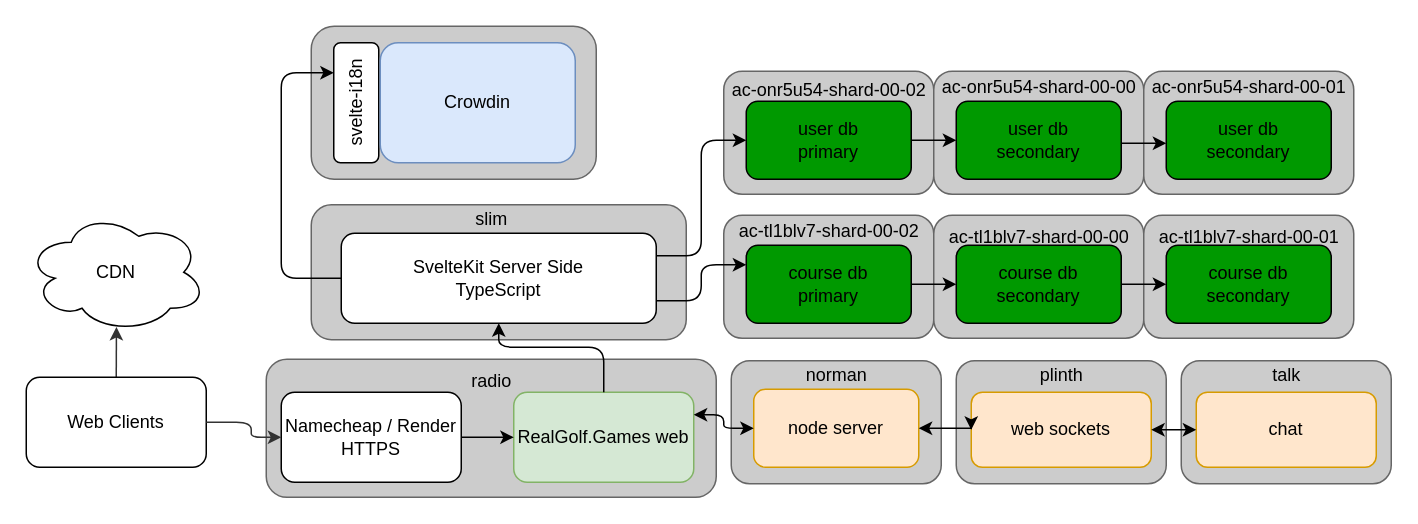
Above: img/architecture.drawio in realgolf/web (draw.io), before the change. Source tidied: cells renumbered, new cells numbered last; positions are measured from the earlier drawing's top-left corner, leaving out a move shared by most shapes. Both pictures are drawn from the tidied source at 150%, with x=0, y=0 at pixel (26, 26).
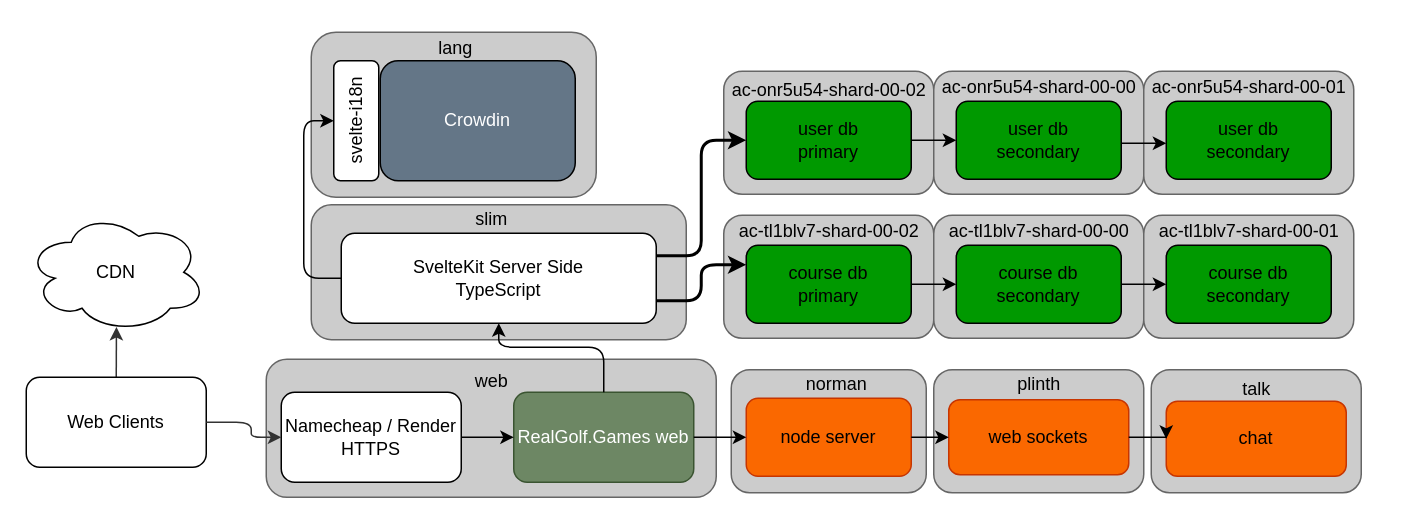
After the change.

The change refers to these unchanged cells:
```xml
<mxCell id="9" value="user db&lt;br&gt;primary" style="rounded=1;whiteSpace=wrap;html=1;fillColor=#009900;strokeColor=#000000;" parent="1" vertex="1">
  <mxGeometry x="480" y="50" width="110" height="52" as="geometry" />
</mxCell>
<mxCell id="11" value="course db&lt;br&gt;primary" style="rounded=1;whiteSpace=wrap;html=1;fillColor=#009900;strokeColor=#000000;" parent="1" vertex="1">
  <mxGeometry x="480" y="146" width="110" height="52" as="geometry" />
</mxCell>
<mxCell id="20" value="SvelteKit Server Side&lt;br&gt;TypeScript" style="rounded=1;whiteSpace=wrap;html=1;fontColor=#000000;fillColor=#FFFFFF;strokeColor=#000000;" parent="1" vertex="1">
  <mxGeometry x="210" y="138" width="210" height="60" as="geometry" />
</mxCell>
```

Diff of the diagram source:
```diff
@@
-    <mxCell id="6" value="RealGolf.Games web" style="rounded=1;whiteSpace=wrap;html=1;fillColor=#d5e8d4;strokeColor=#82b366;" parent="1" vertex="1">
+    <mxCell id="6" value="RealGolf.Games web" style="rounded=1;whiteSpace=wrap;html=1;fillColor=#6d8764;strokeColor=#3A5431;fontColor=#ffffff;" parent="1" vertex="1">
       <mxGeometry x="325" y="244" width="120" height="60" as="geometry" />
     </mxCell>
@@
-    <mxCell id="14" value="radio" style="text;html=1;align=center;verticalAlign=middle;strokeColor=none;fillColor=none;fontColor=#000000;" parent="1" vertex="1">
+    <mxCell id="14" value="web" style="text;html=1;align=center;verticalAlign=middle;strokeColor=none;fillColor=none;fontColor=#000000;" parent="1" vertex="1">
       <mxGeometry x="285" y="222" width="50" height="30" as="geometry" />
     </mxCell>
@@
-    <mxCell id="18" style="edgeStyle=orthogonalEdgeStyle;rounded=1;jettySize=auto;html=1;exitX=1;exitY=0.75;exitDx=0;exitDy=0;entryX=0;entryY=0.25;entryDx=0;entryDy=0;curved=0;" parent="1" edge="1" source="20" target="11">
+    <mxCell id="18" style="edgeStyle=orthogonalEdgeStyle;rounded=1;jettySize=auto;html=1;exitX=1;exitY=0.75;exitDx=0;exitDy=0;entryX=0;entryY=0.25;entryDx=0;entryDy=0;curved=0;strokeWidth=2;" parent="1" edge="1" source="20" target="11">
       <mxGeometry relative="1" as="geometry" />
     </mxCell>
-    <mxCell id="19" style="edgeStyle=orthogonalEdgeStyle;rounded=1;jettySize=auto;html=1;exitX=1;exitY=0.25;exitDx=0;exitDy=0;entryX=0;entryY=0.5;entryDx=0;entryDy=0;curved=0;" parent="1" edge="1" source="20" target="9">
+    <mxCell id="19" style="edgeStyle=orthogonalEdgeStyle;rounded=1;jettySize=auto;html=1;exitX=1;exitY=0.25;exitDx=0;exitDy=0;entryX=0;entryY=0.5;entryDx=0;entryDy=0;curved=0;strokeWidth=2;" parent="1" edge="1" source="20" target="9">
       <mxGeometry relative="1" as="geometry" />
     </mxCell>
@@
     <mxCell id="36" value="&lt;span style=&quot;text-align: start;&quot;&gt;&lt;font face=&quot;Helvetica&quot;&gt;ac-tl1blv7-shard-00-00&lt;/font&gt;&lt;/span&gt;" style="text;html=1;align=center;verticalAlign=middle;strokeColor=none;fillColor=none;fontColor=#000000;" parent="1" vertex="1">
-      <mxGeometry x="605" y="126" width="140" height="30" as="geometry" />
+      <mxGeometry x="605" y="122" width="140" height="30" as="geometry" />
     </mxCell>
     <mxCell id="37" value="&lt;span style=&quot;text-align: start;&quot;&gt;&lt;font face=&quot;Helvetica&quot;&gt;ac-tl1blv7-shard-00-01&lt;/font&gt;&lt;/span&gt;" style="text;html=1;align=center;verticalAlign=middle;strokeColor=none;fillColor=none;fontColor=#000000;" parent="1" vertex="1">
-      <mxGeometry x="745" y="126" width="140" height="30" as="geometry" />
+      <mxGeometry x="745" y="122" width="140" height="30" as="geometry" />
     </mxCell>
     <mxCell id="38" style="rounded=1;whiteSpace=wrap;html=1;fillColor=#CCCCCC;fontColor=#333333;strokeColor=#666666;" parent="1" vertex="1">
-      <mxGeometry x="190" width="190" height="102" as="geometry" />
+      <mxGeometry x="190" y="4" width="190" height="110" as="geometry" />
     </mxCell>
-    <mxCell id="39" value="svelte-i18n" style="rounded=1;whiteSpace=wrap;html=1;fontColor=#000000;fillColor=#FFFFFF;strokeColor=#000000;rotation=-90;" parent="1" vertex="1">
-      <mxGeometry x="180" y="36" width="80" height="30" as="geometry" />
-    </mxCell>
-    <mxCell id="40" value="Crowdin" style="rounded=1;whiteSpace=wrap;html=1;fillColor=#dae8fc;strokeColor=#6c8ebf;" parent="1" vertex="1">
-      <mxGeometry x="236" y="11" width="130" height="80" as="geometry" />
-    </mxCell>
     <mxCell id="41" style="rounded=1;whiteSpace=wrap;html=1;fillColor=#CCCCCC;fontColor=#333333;strokeColor=#666666;" parent="1" vertex="1">
-      <mxGeometry x="470" y="223" width="140" height="82" as="geometry" />
+      <mxGeometry x="470" y="229" width="130" height="82" as="geometry" />
     </mxCell>
-    <mxCell id="42" value="node server" style="rounded=1;whiteSpace=wrap;html=1;fillColor=#ffe6cc;strokeColor=#d79b00;" parent="1" vertex="1">
-      <mxGeometry x="485" y="242" width="110" height="52" as="geometry" />
+    <mxCell id="42" value="node server" style="rounded=1;whiteSpace=wrap;html=1;fillColor=#fa6800;strokeColor=#C73500;fontColor=#000000;" parent="1" vertex="1">
+      <mxGeometry x="480" y="248" width="110" height="52" as="geometry" />
     </mxCell>
     <mxCell id="43" value="&lt;span style=&quot;text-align: start;&quot;&gt;&lt;font face=&quot;Helvetica&quot;&gt;norman&lt;/font&gt;&lt;/span&gt;" style="text;html=1;align=center;verticalAlign=middle;strokeColor=none;fillColor=none;fontColor=#000000;" parent="1" vertex="1">
-      <mxGeometry x="510" y="218" width="60" height="30" as="geometry" />
+      <mxGeometry x="510" y="224" width="60" height="30" as="geometry" />
     </mxCell>
     <mxCell id="44" style="rounded=1;whiteSpace=wrap;html=1;fillColor=#CCCCCC;fontColor=#333333;strokeColor=#666666;" parent="1" vertex="1">
-      <mxGeometry x="620" y="223" width="140" height="82" as="geometry" />
+      <mxGeometry x="605" y="229" width="140" height="82" as="geometry" />
     </mxCell>
-    <mxCell id="45" value="web sockets" style="rounded=1;whiteSpace=wrap;html=1;fillColor=#ffe6cc;strokeColor=#d79b00;" parent="1" vertex="1">
-      <mxGeometry x="630" y="244" width="120" height="50" as="geometry" />
+    <mxCell id="45" value="web sockets" style="rounded=1;whiteSpace=wrap;html=1;fillColor=#fa6800;strokeColor=#C73500;fontColor=#000000;" parent="1" vertex="1">
+      <mxGeometry x="615" y="249" width="120" height="50" as="geometry" />
     </mxCell>
     <mxCell id="46" value="&lt;div style=&quot;text-align: start;&quot;&gt;&lt;span style=&quot;background-color: initial;&quot;&gt;plinth&lt;/span&gt;&lt;/div&gt;" style="text;html=1;align=center;verticalAlign=middle;strokeColor=none;fillColor=none;fontColor=#000000;" parent="1" vertex="1">
-      <mxGeometry x="665" y="218" width="50" height="30" as="geometry" />
+      <mxGeometry x="650" y="224" width="50" height="30" as="geometry" />
     </mxCell>
     <mxCell id="47" style="rounded=1;whiteSpace=wrap;html=1;fillColor=#CCCCCC;fontColor=#333333;strokeColor=#666666;" parent="1" vertex="1">
-      <mxGeometry x="770" y="223" width="140" height="82" as="geometry" />
+      <mxGeometry x="750" y="229" width="140" height="82" as="geometry" />
     </mxCell>
-    <mxCell id="48" value="chat" style="rounded=1;whiteSpace=wrap;html=1;fillColor=#ffe6cc;strokeColor=#d79b00;" parent="1" vertex="1">
-      <mxGeometry x="780" y="244" width="120" height="50" as="geometry" />
+    <mxCell id="48" value="chat" style="rounded=1;whiteSpace=wrap;html=1;fillColor=#fa6800;strokeColor=#C73500;fontColor=#000000;" parent="1" vertex="1">
+      <mxGeometry x="760" y="250" width="120" height="50" as="geometry" />
     </mxCell>
     <mxCell id="49" value="&lt;div style=&quot;text-align: start;&quot;&gt;&lt;span style=&quot;background-color: initial;&quot;&gt;talk&lt;/span&gt;&lt;/div&gt;" style="text;html=1;align=center;verticalAlign=middle;strokeColor=none;fillColor=none;fontColor=#000000;" parent="1" vertex="1">
-      <mxGeometry x="820" y="218" width="40" height="30" as="geometry" />
+      <mxGeometry x="800" y="227" width="40" height="30" as="geometry" />
     </mxCell>
-    <mxCell id="50" style="edgeStyle=orthogonalEdgeStyle;rounded=1;jettySize=auto;html=1;entryX=0;entryY=0.5;entryDx=0;entryDy=0;curved=0;startArrow=classic;startFill=1;exitX=1;exitY=0.25;exitDx=0;exitDy=0;" parent="1" edge="1" source="6" target="42">
-      <mxGeometry relative="1" as="geometry" />
-    </mxCell>
+    <mxCell id="53" style="edgeStyle=orthogonalEdgeStyle;rounded=1;jettySize=auto;html=1;exitX=0.5;exitY=0;exitDx=0;exitDy=0;entryX=0.5;entryY=1;entryDx=0;entryDy=0;curved=0;" parent="1" edge="1" source="6" target="20">
+      <mxGeometry relative="1" as="geometry">
+        <Array as="points">
+          <mxPoint x="385" y="214" />
+          <mxPoint x="315" y="214" />
+        </Array>
+      </mxGeometry>
+    </mxCell>
+    <mxCell id="54" style="edgeStyle=orthogonalEdgeStyle;rounded=1;jettySize=auto;html=1;exitX=0;exitY=0.5;exitDx=0;exitDy=0;entryX=0.5;entryY=0;entryDx=0;entryDy=0;curved=0;" parent="1" edge="1" source="20" target="39">
+      <mxGeometry relative="1" as="geometry" />
+    </mxCell>
-    <mxCell id="51" style="edgeStyle=orthogonalEdgeStyle;rounded=0;jettySize=auto;html=1;exitX=1;exitY=0.5;exitDx=0;exitDy=0;entryX=0;entryY=0.5;entryDx=0;entryDy=0;startArrow=classic;startFill=1;" parent="1" edge="1" source="42" target="45">
+    <mxCell id="51" style="edgeStyle=orthogonalEdgeStyle;rounded=0;jettySize=auto;html=1;exitX=1;exitY=0.5;exitDx=0;exitDy=0;entryX=0;entryY=0.5;entryDx=0;entryDy=0;" parent="1" edge="1" source="42" target="45">
       <mxGeometry relative="1" as="geometry" />
     </mxCell>
-    <mxCell id="52" style="edgeStyle=orthogonalEdgeStyle;rounded=0;jettySize=auto;html=1;exitX=1;exitY=0.5;exitDx=0;exitDy=0;entryX=0;entryY=0.5;entryDx=0;entryDy=0;startArrow=classic;startFill=1;" parent="1" edge="1" source="45" target="48">
+    <mxCell id="52" style="edgeStyle=orthogonalEdgeStyle;rounded=0;jettySize=auto;html=1;exitX=1;exitY=0.5;exitDx=0;exitDy=0;entryX=0;entryY=0.5;entryDx=0;entryDy=0;" parent="1" edge="1" source="45" target="48">
       <mxGeometry relative="1" as="geometry" />
     </mxCell>
-    <mxCell id="53" style="edgeStyle=orthogonalEdgeStyle;rounded=1;jettySize=auto;html=1;exitX=0.5;exitY=0;exitDx=0;exitDy=0;entryX=0.5;entryY=1;entryDx=0;entryDy=0;curved=0;" parent="1" edge="1" source="6" target="20">
-      <mxGeometry relative="1" as="geometry">
-        <Array as="points">
-          <mxPoint x="385" y="214" />
-          <mxPoint x="315" y="214" />
-        </Array>
-      </mxGeometry>
-    </mxCell>
-    <mxCell id="54" style="edgeStyle=orthogonalEdgeStyle;rounded=1;jettySize=auto;html=1;exitX=0;exitY=0.5;exitDx=0;exitDy=0;entryX=0.75;entryY=0;entryDx=0;entryDy=0;curved=0;" parent="1" edge="1" source="20" target="39">
-      <mxGeometry relative="1" as="geometry">
-        <Array as="points">
-          <mxPoint x="170" y="168" />
-          <mxPoint x="170" y="31" />
-        </Array>
-      </mxGeometry>
-    </mxCell>
+    <mxCell id="50" style="edgeStyle=orthogonalEdgeStyle;rounded=0;jettySize=auto;html=1;exitX=1;exitY=0.5;exitDx=0;exitDy=0;entryX=0;entryY=0.5;entryDx=0;entryDy=0;" parent="1" edge="1" source="6" target="42">
+      <mxGeometry relative="1" as="geometry" />
+    </mxCell>
+    <mxCell id="55" style="group;strokeColor=none;" parent="1" vertex="1">
+      <mxGeometry x="205" y="23" width="161" height="80" as="geometry" />
+    </mxCell>
+    <mxCell id="39" value="svelte-i18n" style="rounded=1;whiteSpace=wrap;html=1;fontColor=#000000;fillColor=#FFFFFF;strokeColor=#000000;rotation=-90;" parent="55" vertex="1">
+      <mxGeometry x="-25" y="25" width="80" height="30" as="geometry" />
+    </mxCell>
+    <mxCell id="40" value="Crowdin" style="rounded=1;whiteSpace=wrap;html=1;fillColor=#647687;strokeColor=default;fontColor=#ffffff;" parent="55" vertex="1">
+      <mxGeometry x="31" width="130" height="80" as="geometry" />
+    </mxCell>
+    <mxCell id="56" value="lang" style="text;html=1;align=center;verticalAlign=middle;strokeColor=none;fillColor=none;fontColor=#000000;" parent="1" vertex="1">
+      <mxGeometry x="260.5" width="50" height="30" as="geometry" />
+    </mxCell>
```
